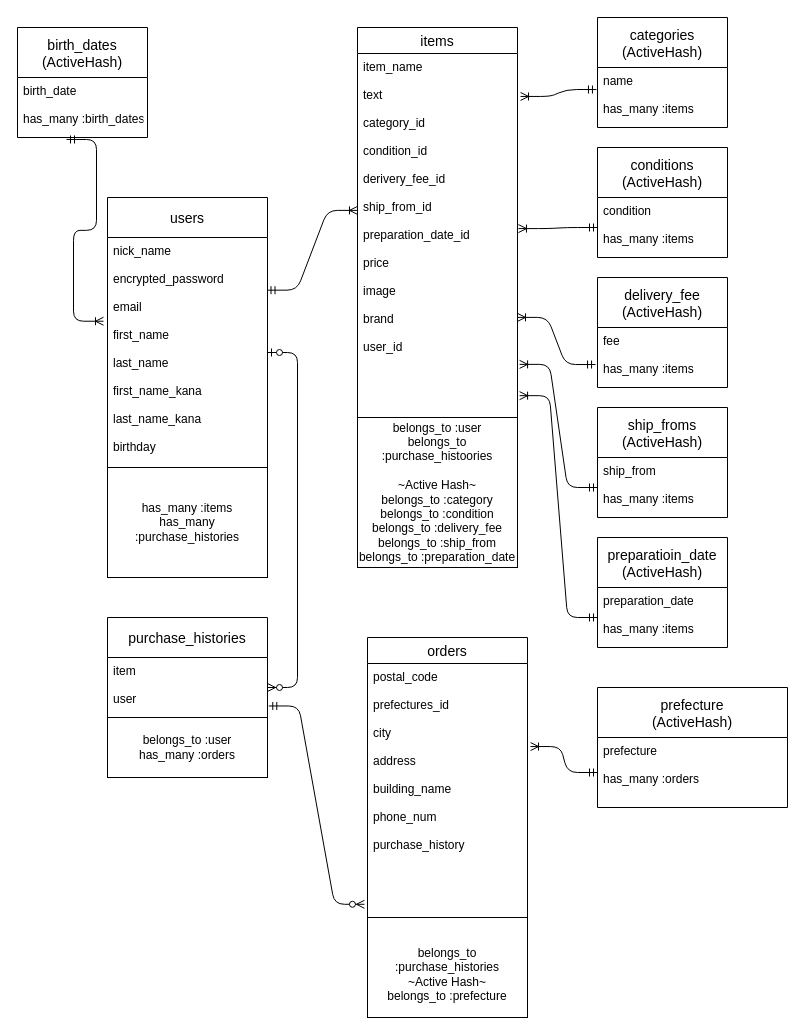
This is furima 37858.dio from taishi0502/furima-37858, a draw.io file, before an edit. Source tidied: cells renumbered, new cells numbered last; positions are measured from the earlier drawing's top-left corner, leaving out a move shared by most shapes. Both pictures are drawn from the tidied source at 100%, with x=0, y=0 at pixel (17, 17).
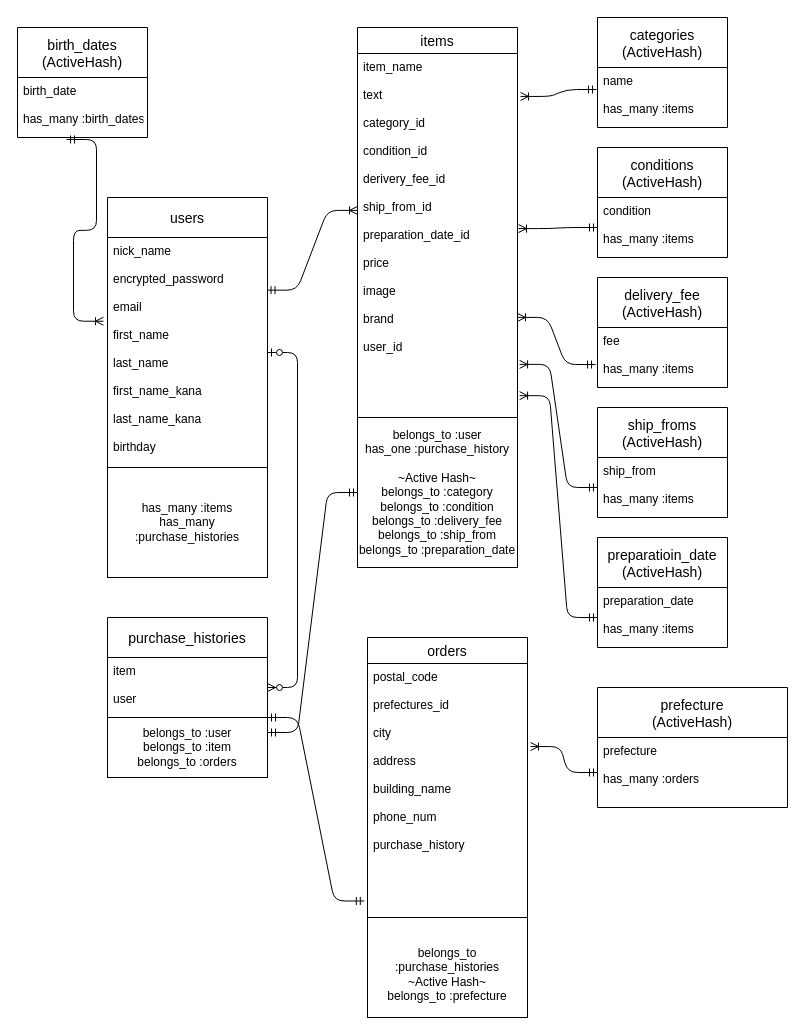
The same diagram, later.

Commit message (it also covers changes not shown here):
修正依頼の訂正3

The change refers to these unchanged cells:
```xml
<mxCell id="28" value="postal_code&#10;&#10;prefectures_id&#10;&#10;city&#10;&#10;address&#10;&#10;building_name&#10;&#10;phone_num&#10;&#10;purchase_history" style="text;strokeColor=none;fillColor=none;spacingLeft=4;spacingRight=4;overflow=hidden;points=[[0,0.5],[1,0.5]];portConstraint=eastwest;fontSize=12;" parent="27" vertex="1">
  <mxGeometry y="26" width="160" height="254" as="geometry" />
</mxCell>
<mxCell id="34" value="item&#10;&#10;user" style="text;strokeColor=none;fillColor=none;spacingLeft=4;spacingRight=4;overflow=hidden;points=[[0,0.5],[1,0.5]];portConstraint=eastwest;fontSize=12;" parent="33" vertex="1">
  <mxGeometry y="40" width="160" height="60" as="geometry" />
</mxCell>
```

The edit, as a diff of the source:
```diff
@@
-    <mxCell id="9" value="belongs_to :user&lt;br&gt;belongs_to :purchase_histoories&lt;br&gt;&lt;br&gt;~Active Hash~&lt;br&gt;belongs_to :category&lt;br&gt;belongs_to :condition&lt;br&gt;belongs_to :delivery_fee&lt;br&gt;belongs_to :ship_from&lt;br&gt;belongs_to :preparation_date" style="whiteSpace=wrap;html=1;align=center;" parent="1" vertex="1">
+    <mxCell id="9" value="belongs_to :user&lt;br&gt;has_one :purchase_history&lt;br&gt;&lt;br&gt;~Active Hash~&lt;br&gt;belongs_to :category&lt;br&gt;belongs_to :condition&lt;br&gt;belongs_to :delivery_fee&lt;br&gt;belongs_to :ship_from&lt;br&gt;belongs_to :preparation_date" style="whiteSpace=wrap;html=1;align=center;" parent="1" vertex="1">
       <mxGeometry x="340" y="400" width="160" height="150" as="geometry" />
     </mxCell>
@@
-    <mxCell id="35" value="belongs_to :user&lt;br&gt;has_many :orders" style="whiteSpace=wrap;html=1;align=center;" parent="1" vertex="1">
+    <mxCell id="35" value="belongs_to :user&lt;br&gt;belongs_to :item&lt;br&gt;belongs_to :orders" style="whiteSpace=wrap;html=1;align=center;" parent="1" vertex="1">
       <mxGeometry x="90" y="700" width="160" height="60" as="geometry" />
     </mxCell>
-    <mxCell id="36" style="edgeStyle=entityRelationEdgeStyle;fontSize=12;html=1;endArrow=ERzeroToMany;startArrow=ERmandOne;exitX=1.008;exitY=0.808;exitDx=0;exitDy=0;exitPerimeter=0;entryX=-0.019;entryY=0.948;entryDx=0;entryDy=0;entryPerimeter=0;" parent="1" edge="1" source="34" target="28">
-      <mxGeometry relative="1" as="geometry" />
-    </mxCell>
@@
+    <mxCell id="38" style="edgeStyle=entityRelationEdgeStyle;fontSize=12;html=1;endArrow=ERmandOne;startArrow=ERmandOne;exitX=1;exitY=0.25;exitDx=0;exitDy=0;entryX=0;entryY=0.5;entryDx=0;entryDy=0;" parent="1" edge="1" source="35" target="9">
+      <mxGeometry relative="1" as="geometry" />
+    </mxCell>
+    <mxCell id="39" style="edgeStyle=entityRelationEdgeStyle;fontSize=12;html=1;endArrow=ERmandOne;startArrow=ERmandOne;exitX=1;exitY=0;exitDx=0;exitDy=0;entryX=-0.02;entryY=0.935;entryDx=0;entryDy=0;entryPerimeter=0;" parent="1" edge="1" source="35" target="28">
+      <mxGeometry relative="1" as="geometry" />
+    </mxCell>
```
